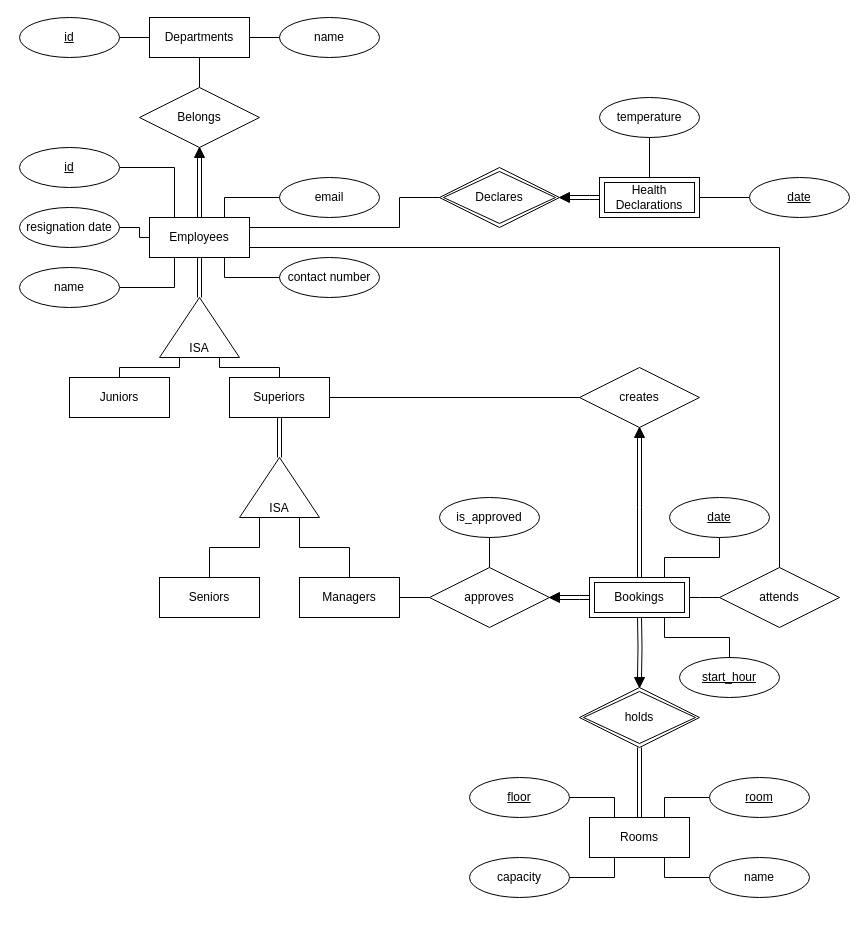
Before: ER Diagram.drawio in dextertanyj/CS2102-Database-Systems, a draw.io diagram. Source tidied: cells renumbered, new cells numbered last; positions are measured from the earlier drawing's top-left corner, leaving out a move shared by most shapes. Both pictures are drawn from the tidied source at 100%, with x=0, y=0 at pixel (19, 17).
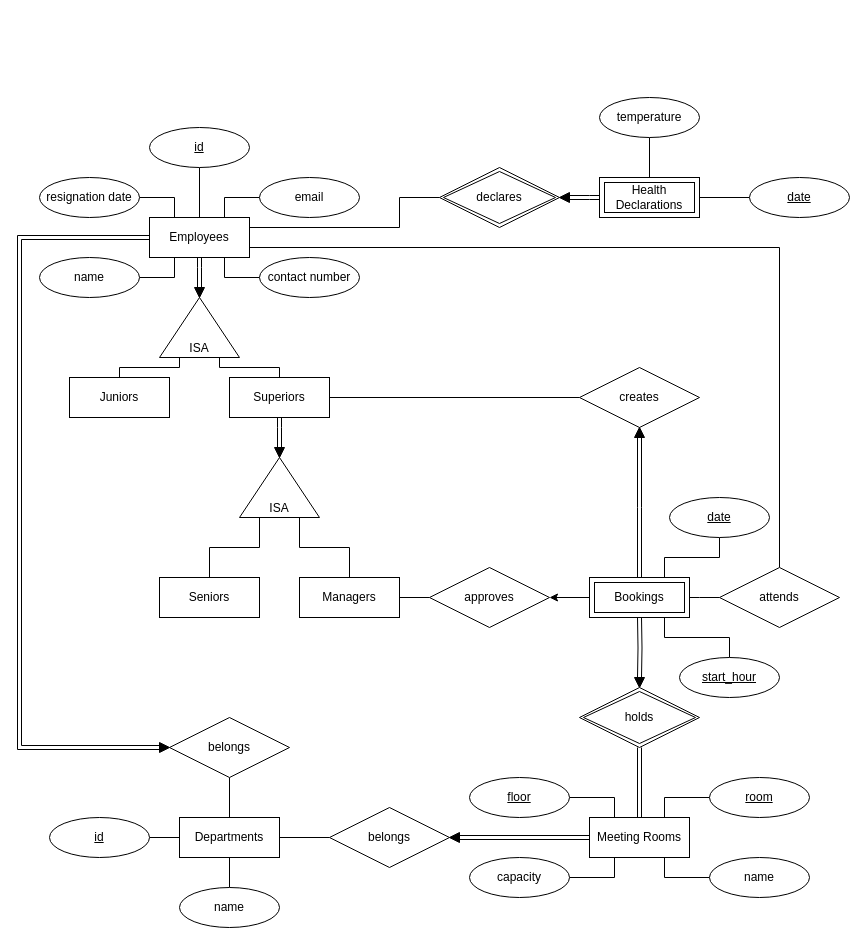
The same page after the edit.

Unchanged cells that the change refers to:
```xml
<mxCell id="10" value="Employees" style="whiteSpace=wrap;html=1;align=center;" parent="1" vertex="1">
  <mxGeometry x="130" y="200" width="100" height="40" as="geometry" />
</mxCell>
<mxCell id="15" value="Superiors" style="whiteSpace=wrap;html=1;align=center;" parent="1" vertex="1">
  <mxGeometry x="210" y="360" width="100" height="40" as="geometry" />
</mxCell>
<mxCell id="17" value="ISA" style="triangle;whiteSpace=wrap;html=1;align=center;direction=north;verticalAlign=bottom;" parent="1" vertex="1">
  <mxGeometry x="140" y="280" width="80" height="60" as="geometry" />
</mxCell>
<mxCell id="48" value="ISA" style="triangle;whiteSpace=wrap;html=1;align=center;direction=north;verticalAlign=bottom;" parent="1" vertex="1">
  <mxGeometry x="220" y="440" width="80" height="60" as="geometry" />
</mxCell>
<mxCell id="62" value="approves" style="shape=rhombus;perimeter=rhombusPerimeter;whiteSpace=wrap;html=1;align=center;fillColor=#FFFFFF;" parent="1" vertex="1">
  <mxGeometry x="410" y="550" width="120" height="60" as="geometry" />
</mxCell>
<mxCell id="71" value="Bookings" style="shape=ext;margin=3;double=1;whiteSpace=wrap;html=1;align=center;fillColor=#FFFFFF;" parent="1" vertex="1">
  <mxGeometry x="570" y="560" width="100" height="40" as="geometry" />
</mxCell>
```

The edit, as a diff of the source:
```diff
@@
+    <mxCell id="74" style="edgeStyle=orthogonalEdgeStyle;rounded=0;jettySize=auto;html=1;entryX=0;entryY=0.5;entryDx=0;entryDy=0;endArrow=none;endFill=0;shape=link;" parent="1" edge="1" source="6" target="84">
+      <mxGeometry relative="1" as="geometry" />
+    </mxCell>
-    <mxCell id="6" value="Rooms" style="whiteSpace=wrap;html=1;align=center;" parent="1" vertex="1">
+    <mxCell id="6" value="Meeting Rooms" style="whiteSpace=wrap;html=1;align=center;" parent="1" vertex="1">
       <mxGeometry x="570" y="800" width="100" height="40" as="geometry" />
     </mxCell>
-    <mxCell id="7" style="edgeStyle=orthogonalEdgeStyle;rounded=0;jettySize=auto;html=1;entryX=0.5;entryY=0;entryDx=0;entryDy=0;endArrow=none;endFill=0;" parent="1" edge="1" source="8" target="58">
+    <mxCell id="7" style="edgeStyle=orthogonalEdgeStyle;rounded=0;jettySize=auto;html=1;entryX=0.5;entryY=1;entryDx=0;entryDy=0;endArrow=none;endFill=0;" parent="1" edge="1" source="8" target="58">
       <mxGeometry relative="1" as="geometry" />
     </mxCell>
+    <mxCell id="75" style="edgeStyle=orthogonalEdgeStyle;rounded=0;jettySize=auto;html=1;entryX=0;entryY=0.5;entryDx=0;entryDy=0;endArrow=none;endFill=0;" parent="1" edge="1" source="8" target="83">
+      <mxGeometry relative="1" as="geometry" />
+    </mxCell>
     <mxCell id="8" value="Departments" style="whiteSpace=wrap;html=1;align=center;" parent="1" vertex="1">
-      <mxGeometry x="130" width="100" height="40" as="geometry" />
+      <mxGeometry x="160" y="800" width="100" height="40" as="geometry" />
     </mxCell>
-    <mxCell id="9" style="edgeStyle=orthogonalEdgeStyle;rounded=0;jettySize=auto;html=1;entryX=0;entryY=0.5;entryDx=0;entryDy=0;endArrow=none;endFill=0;shape=link;" parent="1" edge="1" source="10" target="59">
-      <mxGeometry relative="1" as="geometry" />
-    </mxCell>
+    <mxCell id="76" style="edgeStyle=orthogonalEdgeStyle;rounded=0;jettySize=auto;html=1;entryX=0;entryY=0.5;entryDx=0;entryDy=0;endArrow=none;endFill=0;shape=link;" parent="1" edge="1" source="10" target="82">
+      <mxGeometry relative="1" as="geometry" />
+    </mxCell>
+    <mxCell id="77" style="edgeStyle=orthogonalEdgeStyle;rounded=0;jettySize=auto;html=1;endArrow=none;endFill=0;" parent="1" edge="1" source="10" target="29">
+      <mxGeometry relative="1" as="geometry" />
+    </mxCell>
+    <mxCell id="78" style="edgeStyle=orthogonalEdgeStyle;rounded=0;jettySize=auto;html=1;endArrow=none;endFill=0;shape=link;entryX=0;entryY=0.5;entryDx=0;entryDy=0;" parent="1" edge="1" source="10" target="85">
+      <mxGeometry relative="1" as="geometry">
+        <Array as="points">
+          <mxPoint y="220" />
+          <mxPoint y="730" />
+        </Array>
+      </mxGeometry>
+    </mxCell>
@@
+    <mxCell id="79" style="edgeStyle=orthogonalEdgeStyle;shape=link;rounded=0;jettySize=auto;html=1;entryX=0;entryY=0.5;entryDx=0;entryDy=0;endArrow=none;endFill=0;" parent="1" edge="1" source="15" target="81">
+      <mxGeometry relative="1" as="geometry" />
+    </mxCell>
@@
-    <mxCell id="16" style="edgeStyle=orthogonalEdgeStyle;rounded=0;jettySize=auto;html=1;exitX=1;exitY=0.5;exitDx=0;exitDy=0;entryX=0.5;entryY=1;entryDx=0;entryDy=0;endArrow=none;endFill=0;shape=link;" parent="1" edge="1" source="17" target="10">
-      <mxGeometry relative="1" as="geometry" />
-    </mxCell>
@@
     <mxCell id="19" value="id" style="ellipse;whiteSpace=wrap;html=1;align=center;fontStyle=4;" parent="1" vertex="1">
-      <mxGeometry width="100" height="40" as="geometry" />
+      <mxGeometry x="30" y="800" width="100" height="40" as="geometry" />
     </mxCell>
@@
     <mxCell id="21" value="name" style="ellipse;whiteSpace=wrap;html=1;align=center;" parent="1" vertex="1">
-      <mxGeometry x="260" width="100" height="40" as="geometry" />
+      <mxGeometry x="160" y="870" width="100" height="40" as="geometry" />
     </mxCell>
@@
     <mxCell id="23" value="name" style="ellipse;whiteSpace=wrap;html=1;align=center;" parent="1" vertex="1">
-      <mxGeometry y="250" width="100" height="40" as="geometry" />
+      <mxGeometry x="20" y="240" width="100" height="40" as="geometry" />
     </mxCell>
@@
     <mxCell id="25" value="contact number" style="ellipse;whiteSpace=wrap;html=1;align=center;" parent="1" vertex="1">
-      <mxGeometry x="260" y="240" width="100" height="40" as="geometry" />
+      <mxGeometry x="240" y="240" width="100" height="40" as="geometry" />
     </mxCell>
@@
     <mxCell id="27" value="email" style="ellipse;whiteSpace=wrap;html=1;align=center;" parent="1" vertex="1">
-      <mxGeometry x="260" y="160" width="100" height="40" as="geometry" />
+      <mxGeometry x="240" y="160" width="100" height="40" as="geometry" />
     </mxCell>
-    <mxCell id="28" style="edgeStyle=orthogonalEdgeStyle;rounded=0;jettySize=auto;html=1;entryX=0.25;entryY=0;entryDx=0;entryDy=0;endArrow=none;endFill=0;" parent="1" edge="1" source="29" target="10">
-      <mxGeometry relative="1" as="geometry" />
-    </mxCell>
     <mxCell id="29" value="id" style="ellipse;whiteSpace=wrap;html=1;align=center;fontStyle=4;" parent="1" vertex="1">
-      <mxGeometry y="130" width="100" height="40" as="geometry" />
+      <mxGeometry x="130" y="110" width="100" height="40" as="geometry" />
     </mxCell>
@@
-    <mxCell id="42" style="edgeStyle=orthogonalEdgeStyle;rounded=0;jettySize=auto;html=1;endArrow=none;endFill=0;" parent="1" edge="1" source="43" target="62">
-      <mxGeometry relative="1" as="geometry" />
-    </mxCell>
-    <mxCell id="43" value="is_approved" style="ellipse;whiteSpace=wrap;html=1;align=center;" parent="1" vertex="1">
-      <mxGeometry x="420" y="480" width="100" height="40" as="geometry" />
-    </mxCell>
@@
-    <mxCell id="47" style="edgeStyle=orthogonalEdgeStyle;rounded=0;jettySize=auto;html=1;entryX=0.5;entryY=1;entryDx=0;entryDy=0;endArrow=none;endFill=0;shape=link;" parent="1" edge="1" source="48" target="15">
-      <mxGeometry relative="1" as="geometry" />
-    </mxCell>
@@
-    <mxCell id="56" value="Declares" style="shape=rhombus;double=1;perimeter=rhombusPerimeter;whiteSpace=wrap;html=1;align=center;fillColor=#ffffff;" parent="1" vertex="1">
+    <mxCell id="56" value="declares" style="shape=rhombus;double=1;perimeter=rhombusPerimeter;whiteSpace=wrap;html=1;align=center;fillColor=#ffffff;" parent="1" vertex="1">
       <mxGeometry x="420" y="150" width="120" height="60" as="geometry" />
     </mxCell>
@@
-    <mxCell id="58" value="Belongs" style="shape=rhombus;perimeter=rhombusPerimeter;whiteSpace=wrap;html=1;align=center;fillColor=#FFFFFF;" parent="1" vertex="1">
-      <mxGeometry x="120" y="70" width="120" height="60" as="geometry" />
+    <mxCell id="58" value="belongs" style="shape=rhombus;perimeter=rhombusPerimeter;whiteSpace=wrap;html=1;align=center;fillColor=#FFFFFF;" parent="1" vertex="1">
+      <mxGeometry x="150" y="700" width="120" height="60" as="geometry" />
     </mxCell>
-    <mxCell id="59" style="triangle;whiteSpace=wrap;html=1;align=center;direction=north;fillColor=#000000;" parent="1" vertex="1">
-      <mxGeometry x="175" y="130" width="10" height="10" as="geometry" />
-    </mxCell>
@@
-    <mxCell id="64" style="edgeStyle=orthogonalEdgeStyle;shape=link;rounded=0;jettySize=auto;html=1;endArrow=none;endFill=0;" parent="1" edge="1" source="65">
-      <mxGeometry relative="1" as="geometry">
-        <mxPoint x="570" y="580" as="targetPoint" />
-      </mxGeometry>
-    </mxCell>
-    <mxCell id="65" style="triangle;whiteSpace=wrap;html=1;align=center;direction=west;fillColor=#000000;" parent="1" vertex="1">
-      <mxGeometry x="530" y="575" width="10" height="10" as="geometry" />
-    </mxCell>
@@
+    <mxCell id="80" style="edgeStyle=orthogonalEdgeStyle;rounded=0;jettySize=auto;html=1;" parent="1" edge="1" source="71" target="62">
+      <mxGeometry relative="1" as="geometry" />
+    </mxCell>
@@
-    <mxCell id="72" style="edgeStyle=orthogonalEdgeStyle;rounded=0;jettySize=auto;html=1;entryX=0;entryY=0.5;entryDx=0;entryDy=0;endArrow=none;endFill=0;" parent="1" edge="1" source="73" target="10">
+    <mxCell id="72" style="edgeStyle=orthogonalEdgeStyle;rounded=0;jettySize=auto;html=1;entryX=0.25;entryY=0;entryDx=0;entryDy=0;endArrow=none;endFill=0;" parent="1" edge="1" source="73" target="10">
       <mxGeometry relative="1" as="geometry" />
     </mxCell>
     <mxCell id="73" value="resignation date" style="ellipse;whiteSpace=wrap;html=1;align=center;fontStyle=0;" parent="1" vertex="1">
-      <mxGeometry y="190" width="100" height="40" as="geometry" />
+      <mxGeometry x="20" y="160" width="100" height="40" as="geometry" />
     </mxCell>
+    <mxCell id="81" style="triangle;whiteSpace=wrap;html=1;align=center;direction=south;fillColor=#000000;" parent="1" vertex="1">
+      <mxGeometry x="255" y="430" width="10" height="10" as="geometry" />
+    </mxCell>
+    <mxCell id="82" style="triangle;whiteSpace=wrap;html=1;align=center;direction=south;fillColor=#000000;" parent="1" vertex="1">
+      <mxGeometry x="175" y="270" width="10" height="10" as="geometry" />
+    </mxCell>
+    <mxCell id="83" value="belongs" style="shape=rhombus;perimeter=rhombusPerimeter;whiteSpace=wrap;html=1;align=center;fillColor=#FFFFFF;" parent="1" vertex="1">
+      <mxGeometry x="310" y="790" width="120" height="60" as="geometry" />
+    </mxCell>
+    <mxCell id="84" style="triangle;whiteSpace=wrap;html=1;align=center;direction=west;fillColor=#000000;" parent="1" vertex="1">
+      <mxGeometry x="430" y="815" width="10" height="10" as="geometry" />
+    </mxCell>
+    <mxCell id="85" style="triangle;whiteSpace=wrap;html=1;align=center;direction=east;fillColor=#000000;" parent="1" vertex="1">
+      <mxGeometry x="140" y="725" width="10" height="10" as="geometry" />
+    </mxCell>
```
